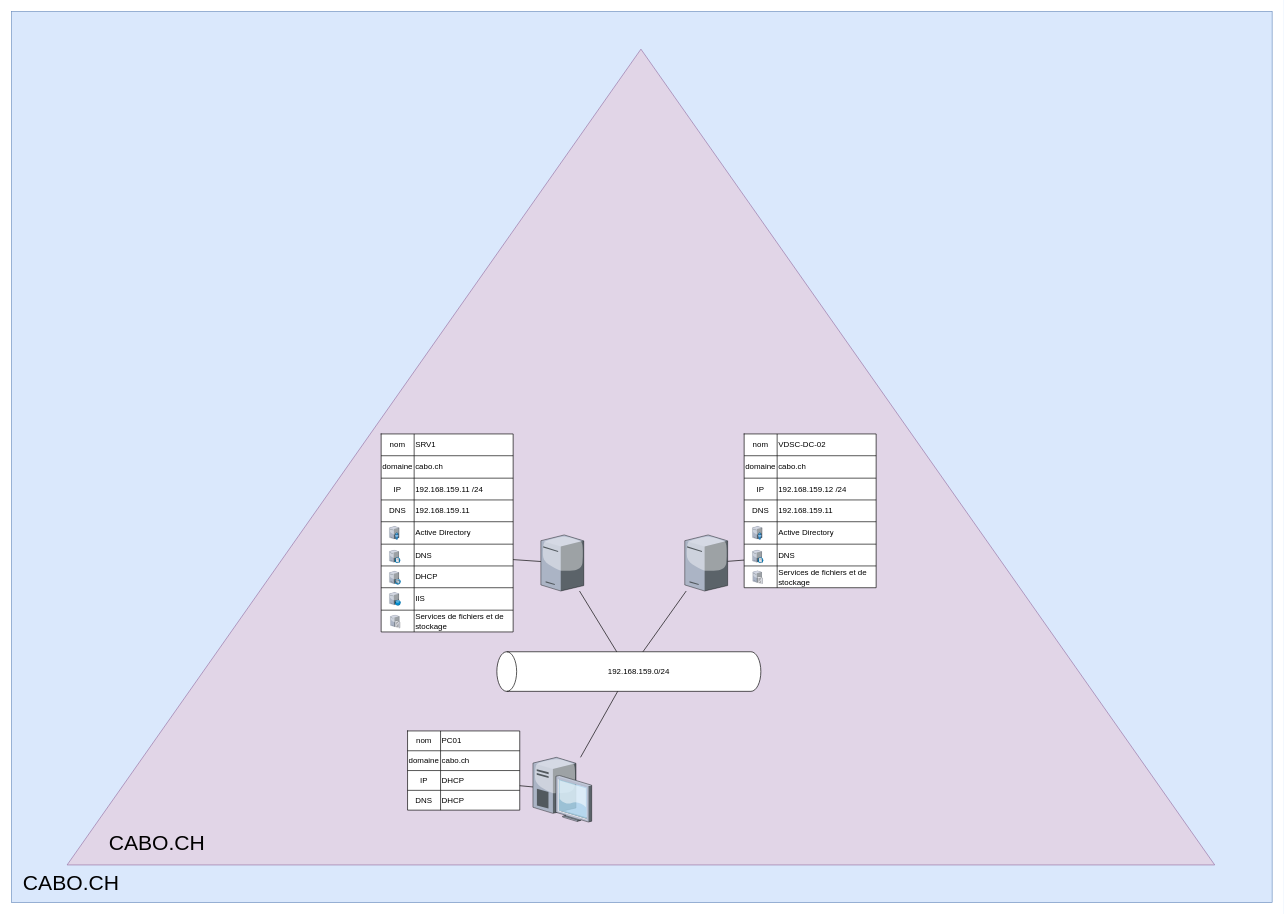
The draw.io diagram ICT/159/schema.drawio in Mondotosz/CPNV, before the edit. Source tidied: cells renumbered, new cells numbered last; positions are measured from the earlier drawing's top-left corner, leaving out a move shared by most shapes. Both pictures are drawn from the tidied source at 66%, with x=0, y=0 at pixel (11, -117).
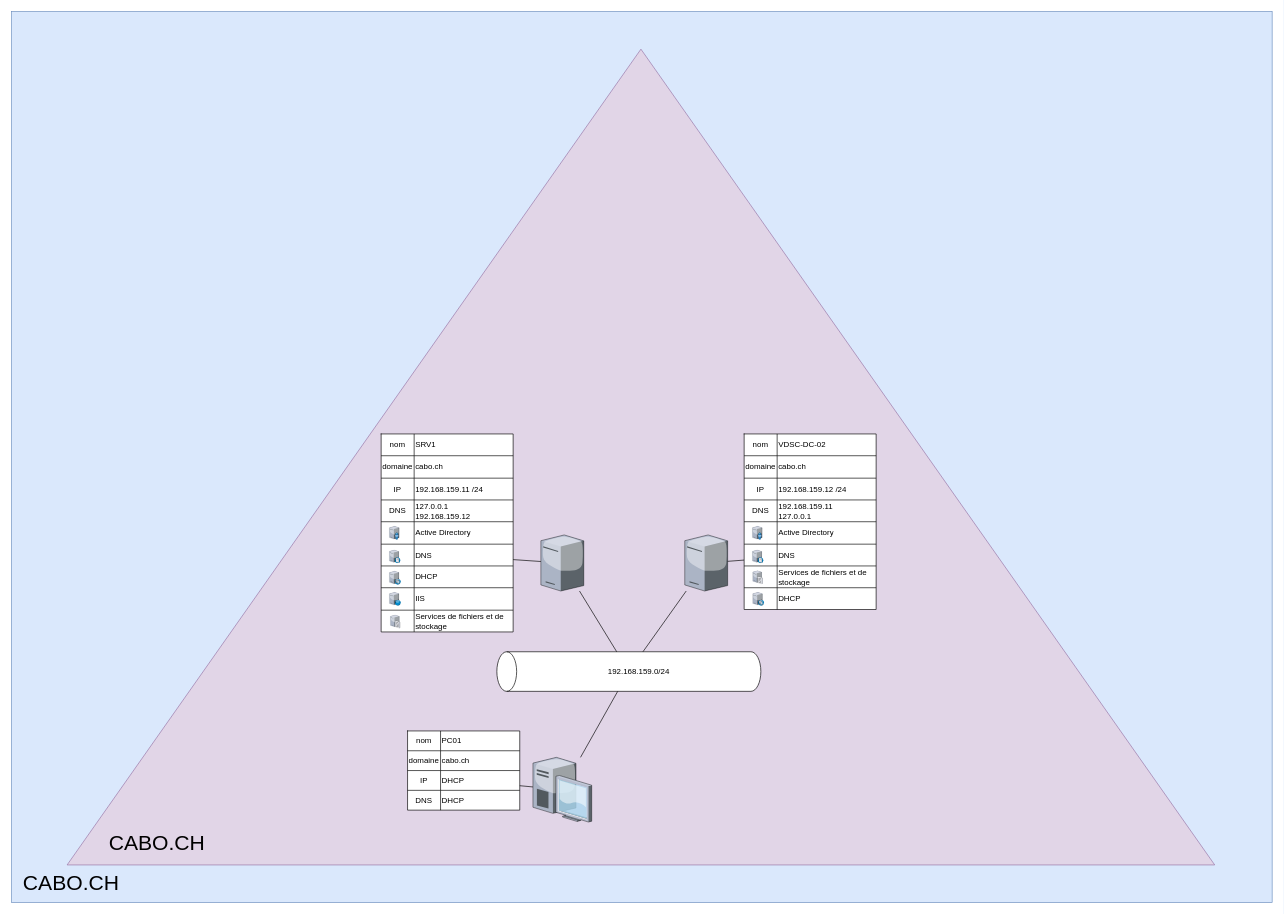
After the change.

Unchanged cells that the change refers to:
```xml
<mxCell id="41" style="shape=partialRectangle;html=1;whiteSpace=wrap;fillColor=none;top=0;left=0;bottom=0;right=0;" parent="31" vertex="1">
  <mxGeometry y="100" width="200" height="33" as="geometry" />
</mxCell>
<mxCell id="77" style="shape=partialRectangle;html=1;whiteSpace=wrap;fillColor=none;top=0;left=0;bottom=0;right=0;" parent="67" vertex="1">
  <mxGeometry y="100" width="200" height="33" as="geometry" />
</mxCell>
```

What changed in the source:
```diff
@@
-    <mxCell id="43" value="192.168.159.11" style="shape=partialRectangle;html=1;whiteSpace=wrap;fillColor=none;top=0;left=0;bottom=0;right=0;overflow=hidden;align=left;" parent="41" vertex="1">
+    <mxCell id="43" value="127.0.0.1&lt;br&gt;192.168.159.12" style="shape=partialRectangle;html=1;whiteSpace=wrap;fillColor=none;top=0;left=0;bottom=0;right=0;overflow=hidden;align=left;" parent="41" vertex="1">
       <mxGeometry x="50" width="150" height="33" as="geometry" />
     </mxCell>
@@
     <mxCell id="66" style="group;" parent="6" vertex="1">
-      <mxGeometry x="1110" y="834" width="200" height="233" as="geometry" />
+      <mxGeometry x="1110" y="834" width="200" height="260" as="geometry" />
     </mxCell>
     <mxCell id="67" style="shape=table;html=1;whiteSpace=wrap;startSize=0;childLayout=tableLayout;" parent="66" vertex="1">
-      <mxGeometry width="200" height="233" as="geometry" />
+      <mxGeometry width="200" height="266" as="geometry" />
     </mxCell>
@@
-    <mxCell id="79" value="192.168.159.11" style="shape=partialRectangle;html=1;whiteSpace=wrap;fillColor=none;top=0;left=0;bottom=0;right=0;overflow=hidden;align=left;" parent="77" vertex="1">
+    <mxCell id="79" value="192.168.159.11&lt;br&gt;127.0.0.1" style="shape=partialRectangle;html=1;whiteSpace=wrap;fillColor=none;top=0;left=0;bottom=0;right=0;overflow=hidden;align=left;" parent="77" vertex="1">
       <mxGeometry x="50" width="150" height="33" as="geometry" />
     </mxCell>
@@
+    <mxCell id="92" style="shape=partialRectangle;html=1;whiteSpace=wrap;fillColor=none;top=0;left=0;bottom=0;right=0;" parent="67" vertex="1">
+      <mxGeometry y="233" width="200" height="33" as="geometry" />
+    </mxCell>
+    <mxCell id="93" style="shape=partialRectangle;html=1;whiteSpace=wrap;fillColor=none;top=0;left=0;bottom=0;right=0;overflow=hidden;" parent="92" vertex="1">
+      <mxGeometry width="50" height="33" as="geometry" />
+    </mxCell>
+    <mxCell id="94" value="DHCP" style="shape=partialRectangle;html=1;whiteSpace=wrap;fillColor=none;top=0;left=0;bottom=0;right=0;overflow=hidden;align=left;" parent="92" vertex="1">
+      <mxGeometry x="50" width="150" height="33" as="geometry" />
+    </mxCell>
@@
+    <mxCell id="95" style="verticalLabelPosition=bottom;sketch=0;html=1;verticalAlign=top;strokeColor=none;align=center;shape=mxgraph.citrix.dhcp_server;" parent="66" vertex="1">
+      <mxGeometry x="13" y="240" width="16.9" height="20" as="geometry" />
+    </mxCell>
```
